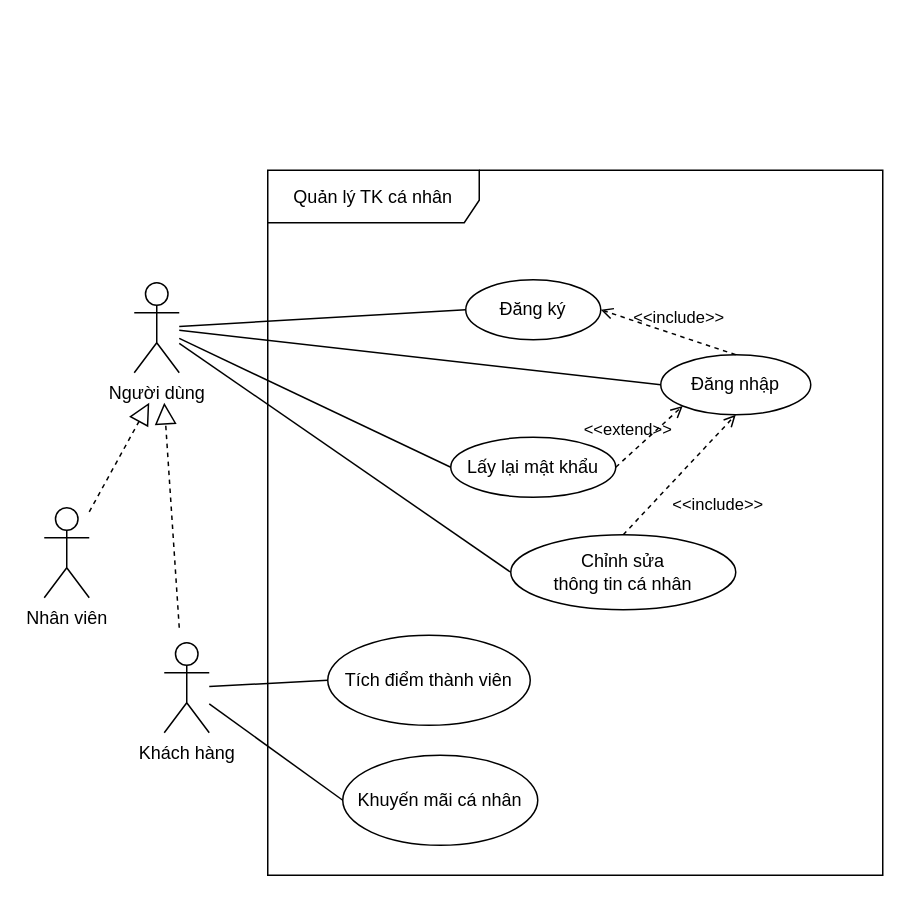
This is Use Case Diagram/xml/Quản-Lý-TK-Cá-Nhân.drawio from dvhAoU1374/IT3120-PTTKHT, a draw.io file, before an edit. Source tidied: cells renumbered, new cells numbered last; positions are measured from the earlier drawing's top-left corner, leaving out a move shared by most shapes. Both pictures are drawn from the tidied source at 150%, with x=0, y=0 at pixel (44, 170).
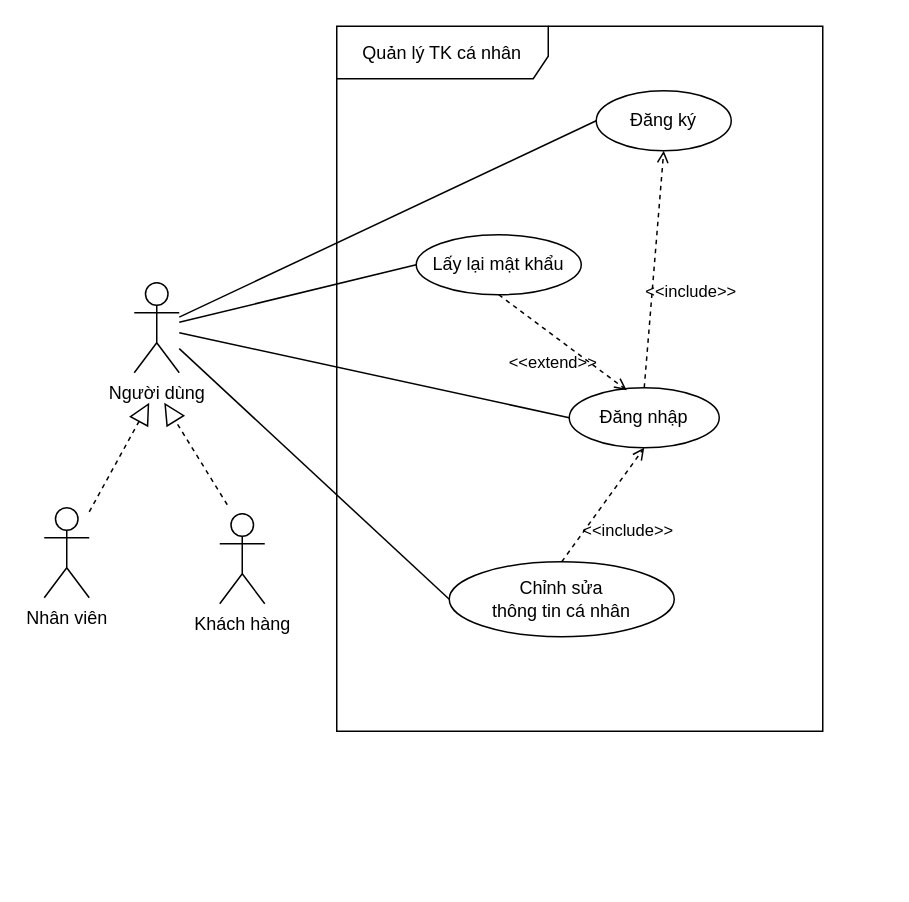
After the change.

What changed in the source:
```diff
@@
     <mxCell id="2" value="Quản lý TK cá nhân" style="shape=umlFrame;whiteSpace=wrap;html=1;width=141;height=35;" parent="1" vertex="1">
-      <mxGeometry x="149" width="410" height="470" as="geometry" />
+      <mxGeometry x="195" y="-96" width="324" height="470" as="geometry" />
     </mxCell>
     <mxCell id="3" value="Đăng ký" style="ellipse;whiteSpace=wrap;html=1;" parent="2" vertex="1">
-      <mxGeometry x="132" y="73" width="90" height="40" as="geometry" />
+      <mxGeometry x="173" y="43" width="90" height="40" as="geometry" />
     </mxCell>
     <mxCell id="4" value="Đăng nhập" style="ellipse;whiteSpace=wrap;html=1;" parent="2" vertex="1">
-      <mxGeometry x="262" y="123" width="100" height="40" as="geometry" />
+      <mxGeometry x="155" y="241" width="100" height="40" as="geometry" />
     </mxCell>
     <mxCell id="5" value="Lấy lại mật khẩu" style="ellipse;whiteSpace=wrap;html=1;" parent="2" vertex="1">
-      <mxGeometry x="122" y="178" width="110" height="40" as="geometry" />
+      <mxGeometry x="53" y="139" width="110" height="40" as="geometry" />
     </mxCell>
     <mxCell id="6" value="Chỉnh sửa&lt;div&gt;thông tin cá nhân&lt;/div&gt;" style="ellipse;whiteSpace=wrap;html=1;" parent="2" vertex="1">
-      <mxGeometry x="162" y="243" width="150" height="50" as="geometry" />
+      <mxGeometry x="75" y="357" width="150" height="50" as="geometry" />
     </mxCell>
-    <mxCell id="7" value="Tích điểm thành viên" style="ellipse;whiteSpace=wrap;html=1;" parent="2" vertex="1">
-      <mxGeometry x="40" y="310" width="135" height="60" as="geometry" />
-    </mxCell>
-    <mxCell id="8" value="Khuyến mãi cá nhân" style="ellipse;whiteSpace=wrap;html=1;" parent="2" vertex="1">
-      <mxGeometry x="50" y="390" width="130" height="60" as="geometry" />
-    </mxCell>
-    <mxCell id="9" value="&amp;lt;&amp;lt;include&amp;gt;&amp;gt;" style="html=1;verticalAlign=bottom;labelBackgroundColor=none;endArrow=open;endFill=0;dashed=1;rounded=0;exitX=0.5;exitY=0;exitDx=0;exitDy=0;entryX=1;entryY=0.5;entryDx=0;entryDy=0;" parent="2" edge="1" source="4" target="3">
-      <mxGeometry x="-0.13" y="-3" relative="1" as="geometry" />
+    <mxCell id="9" value="&amp;lt;&amp;lt;include&amp;gt;&amp;gt;" style="html=1;verticalAlign=bottom;labelBackgroundColor=none;endArrow=open;endFill=0;dashed=1;rounded=0;exitX=0.5;exitY=0;exitDx=0;exitDy=0;entryX=0.5;entryY=1;entryDx=0;entryDy=0;" parent="2" edge="1" source="4" target="3">
+      <mxGeometry x="-0.28" y="-26" relative="1" as="geometry" />
     </mxCell>
-    <mxCell id="10" value="&amp;lt;&amp;lt;extend&amp;gt;&amp;gt;" style="html=1;verticalAlign=bottom;labelBackgroundColor=none;endArrow=open;endFill=0;dashed=1;rounded=0;entryX=0;entryY=1;entryDx=0;entryDy=0;exitX=1;exitY=0.5;exitDx=0;exitDy=0;" parent="2" edge="1" source="5" target="4">
-      <mxGeometry x="-0.44" y="6" relative="1" as="geometry" />
+    <mxCell id="10" value="&amp;lt;&amp;lt;extend&amp;gt;&amp;gt;" style="html=1;verticalAlign=bottom;labelBackgroundColor=none;endArrow=open;endFill=0;dashed=1;rounded=0;exitX=0.5;exitY=1;exitDx=0;exitDy=0;entryX=0.383;entryY=0.04;entryDx=0;entryDy=0;entryPerimeter=0;" parent="2" edge="1" source="5" target="4">
+      <mxGeometry x="0.14" y="-22" relative="1" as="geometry" />
     </mxCell>
     <mxCell id="11" value="&amp;lt;&amp;lt;include&amp;gt;&amp;gt;" style="html=1;verticalAlign=bottom;labelBackgroundColor=none;endArrow=open;endFill=0;dashed=1;rounded=0;exitX=0.5;exitY=0;exitDx=0;exitDy=0;entryX=0.5;entryY=1;entryDx=0;entryDy=0;" parent="2" edge="1" source="6" target="4">
-      <mxGeometry x="-0.07" y="-38" relative="1" as="geometry" />
+      <mxGeometry x="-0.24" y="-29" relative="1" as="geometry">
+        <mxPoint x="-1" as="offset" />
+      </mxGeometry>
     </mxCell>
@@
     <mxCell id="14" value="Khách hàng" style="shape=umlActor;verticalLabelPosition=bottom;verticalAlign=top;html=1;" parent="1" vertex="1">
-      <mxGeometry x="80" y="315" width="30" height="60" as="geometry" />
+      <mxGeometry x="117" y="229" width="30" height="60" as="geometry" />
     </mxCell>
@@
     <mxCell id="16" style="endArrow=block;dashed=1;endFill=0;endSize=12;html=1;rounded=0;" parent="1" edge="1">
       <mxGeometry relative="1" as="geometry">
-        <mxPoint x="90" y="305" as="sourcePoint" />
+        <mxPoint x="122" y="223" as="sourcePoint" />
         <mxPoint x="80" y="155" as="targetPoint" />
       </mxGeometry>
     </mxCell>
-    <mxCell id="17" style="endArrow=none;html=1;rounded=0;entryX=0;entryY=0.5;entryDx=0;entryDy=0;" parent="1" edge="1" source="14" target="7">
-      <mxGeometry relative="1" as="geometry" />
-    </mxCell>
-    <mxCell id="18" style="endArrow=none;html=1;rounded=0;entryX=0;entryY=0.5;entryDx=0;entryDy=0;" parent="1" edge="1" source="14" target="8">
-      <mxGeometry relative="1" as="geometry" />
-    </mxCell>
```
